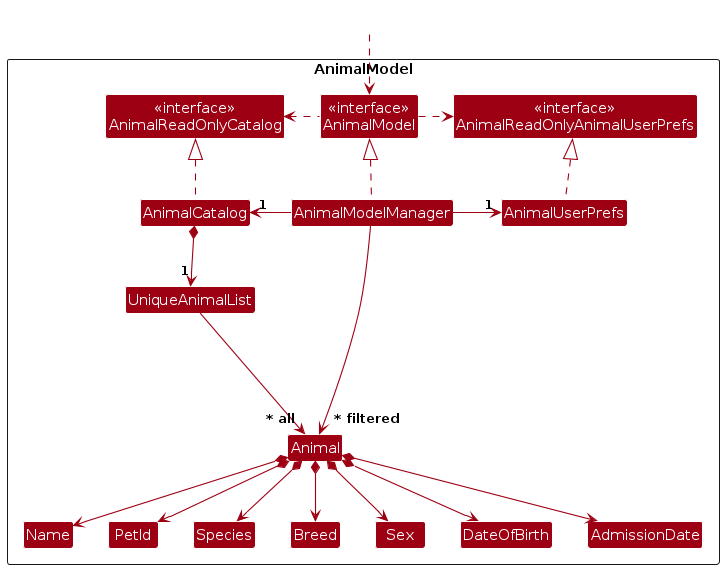
Above: diagrams/ModelClassDiagram.png in wjayee/tp (PlantUML), before the change. Its source is kept beside it as diagrams/ModelClassDiagram.puml.
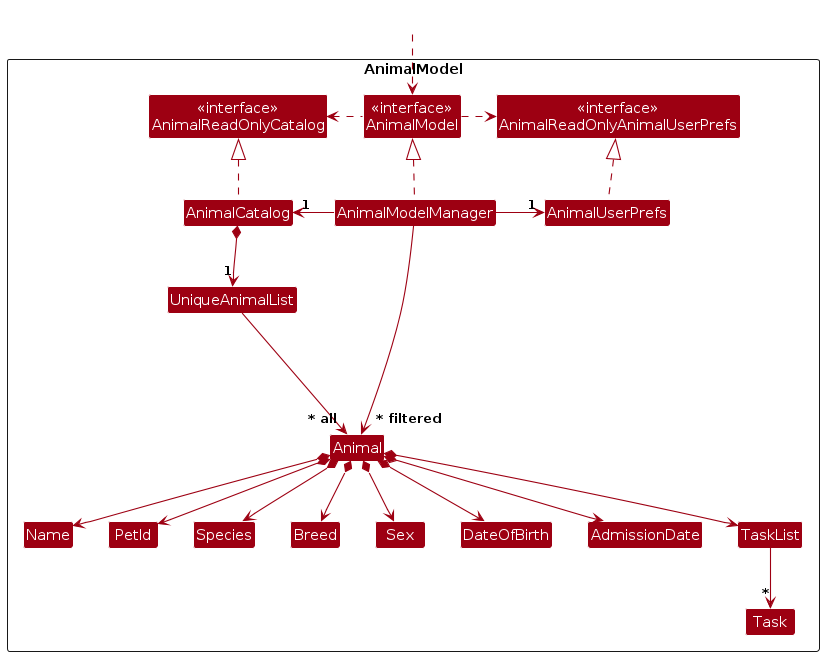
The same file after the commit.

Diff of the diagram source:
```diff
@@ -21,6 +21,8 @@
 Class Sex
 Class DateOfBirth
 Class AdmissionDate
+Class TaskList
+Class Task
 
 Class I #FFFFFF
 }
@@ -46,6 +48,8 @@
 Animal *--> Sex
 Animal *--> DateOfBirth
 Animal *--> AdmissionDate
+Animal *--> TaskList
+TaskList --> "*" Task
 
 Animal -[hidden]up--> I
 UniqueAnimalList -[hidden]right-> I
```
